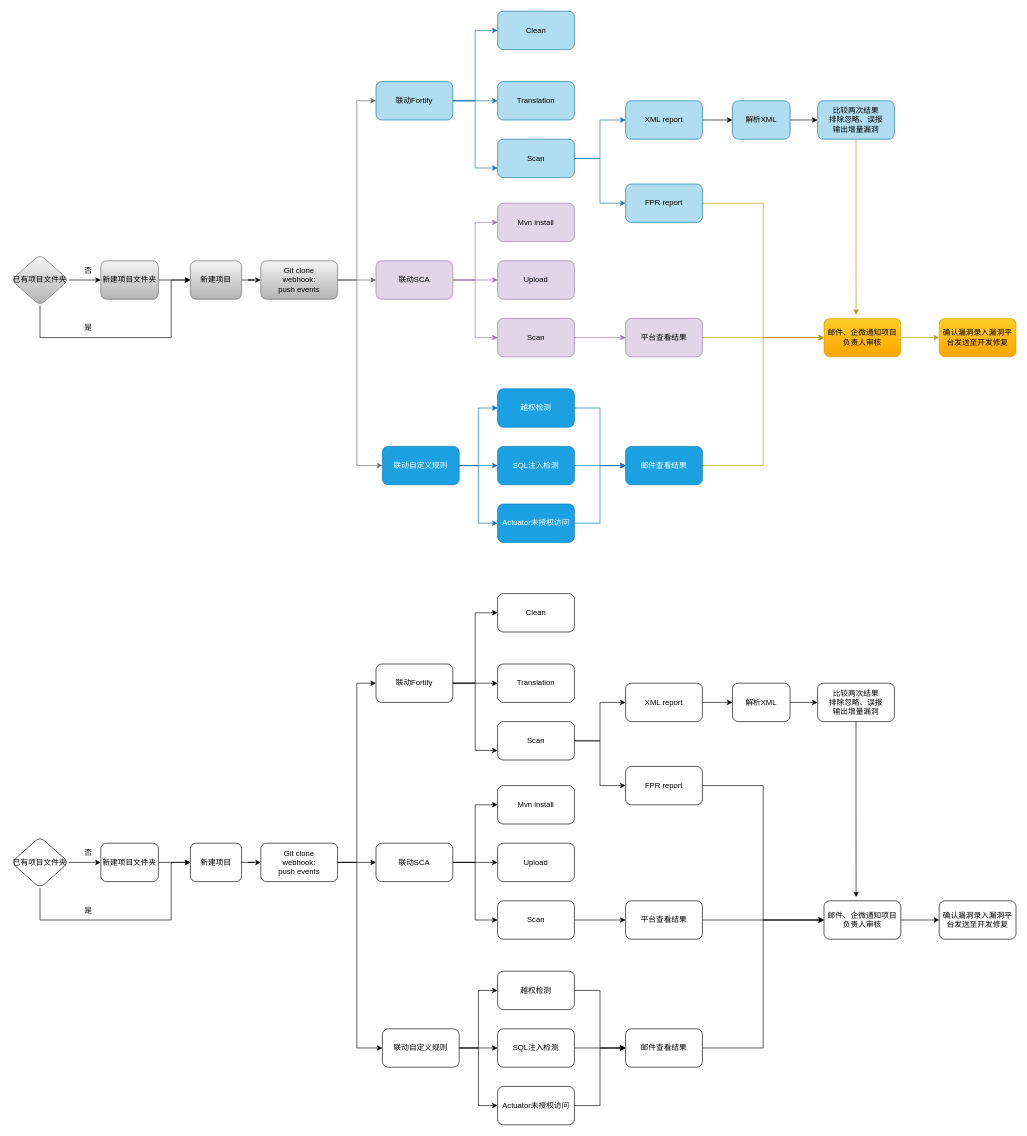
The draw.io diagram Jenkins.drawio in grayes/draw.io, before the edit. Source tidied: cells renumbered, new cells numbered last; positions are measured from the earlier drawing's top-left corner, leaving out a move shared by most shapes. Both pictures are drawn from the tidied source at 64%, with x=0, y=0 at pixel (11, 11).
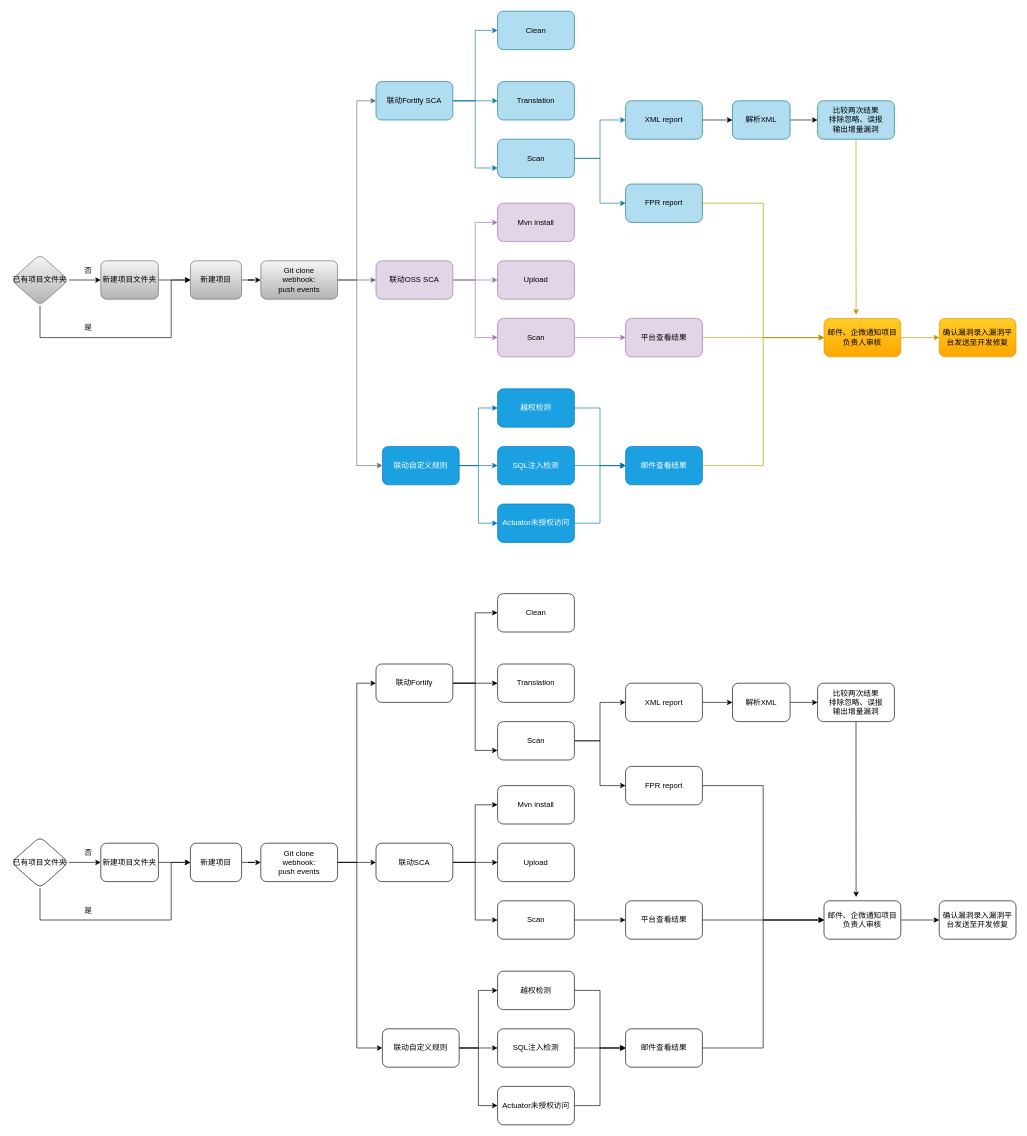
The same page after the edit.

Change to the diagram source:
```diff
@@
-    <mxCell id="7" value="联动Fortify" style="whiteSpace=wrap;html=1;rounded=1;fillColor=#b1ddf0;strokeColor=#10739e;" parent="1" vertex="1">
+    <mxCell id="7" value="联动Fortify SCA" style="whiteSpace=wrap;html=1;rounded=1;fillColor=#b1ddf0;strokeColor=#10739e;" parent="1" vertex="1">
       <mxGeometry x="570" y="110" width="120" height="60" as="geometry" />
     </mxCell>
@@
-    <mxCell id="11" value="联动SCA" style="whiteSpace=wrap;html=1;rounded=1;fillColor=#e1d5e7;strokeColor=#9673a6;" parent="1" vertex="1">
+    <mxCell id="11" value="联动OSS SCA" style="whiteSpace=wrap;html=1;rounded=1;fillColor=#e1d5e7;strokeColor=#9673a6;" parent="1" vertex="1">
       <mxGeometry x="570" y="390" width="120" height="60" as="geometry" />
     </mxCell>
```
